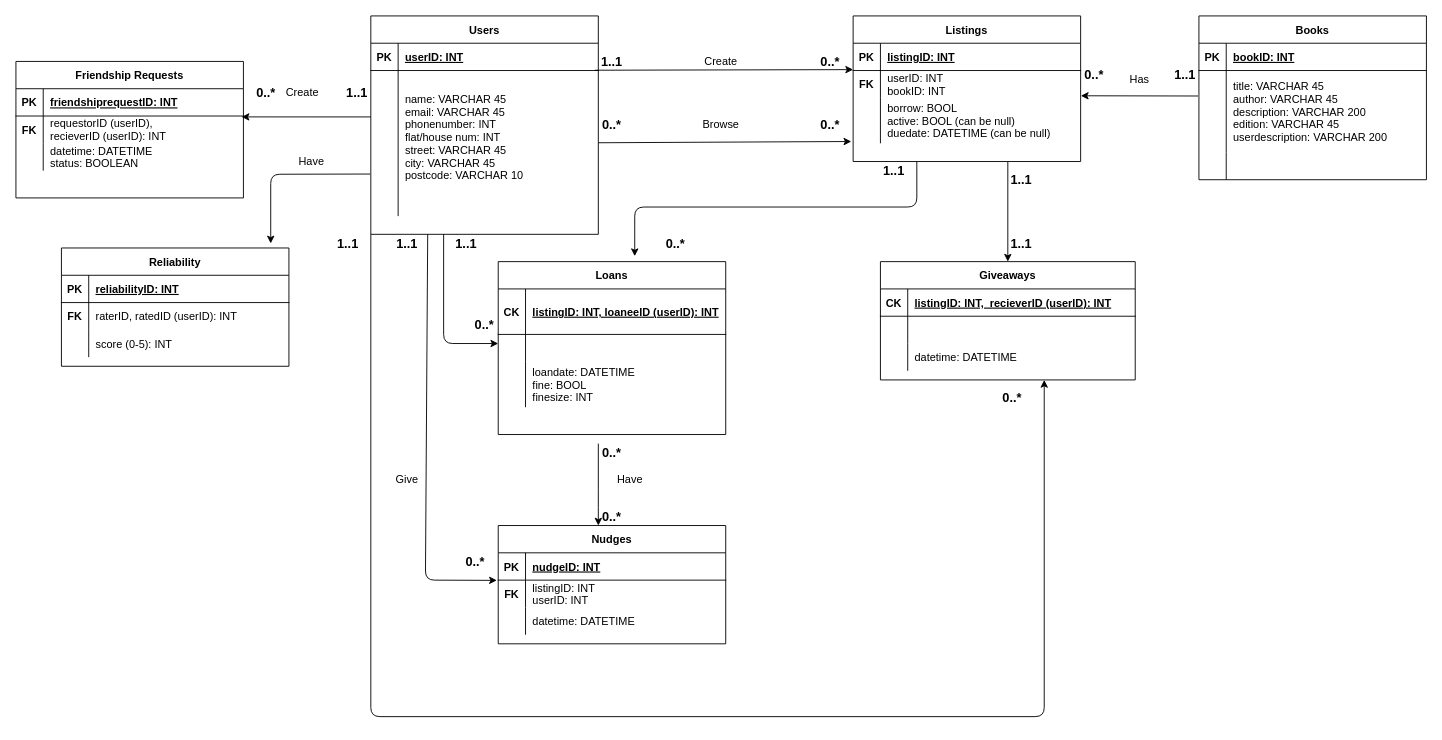
willdonlan8/hello-world keeps this draw.io diagram as CourseworkER.drawio. Above is the earlier version. Source tidied: cells renumbered, new cells numbered last; positions are measured from the earlier drawing's top-left corner, leaving out a move shared by most shapes. Both pictures are drawn from the tidied source at 91%, with x=0, y=0 at pixel (15, 15).
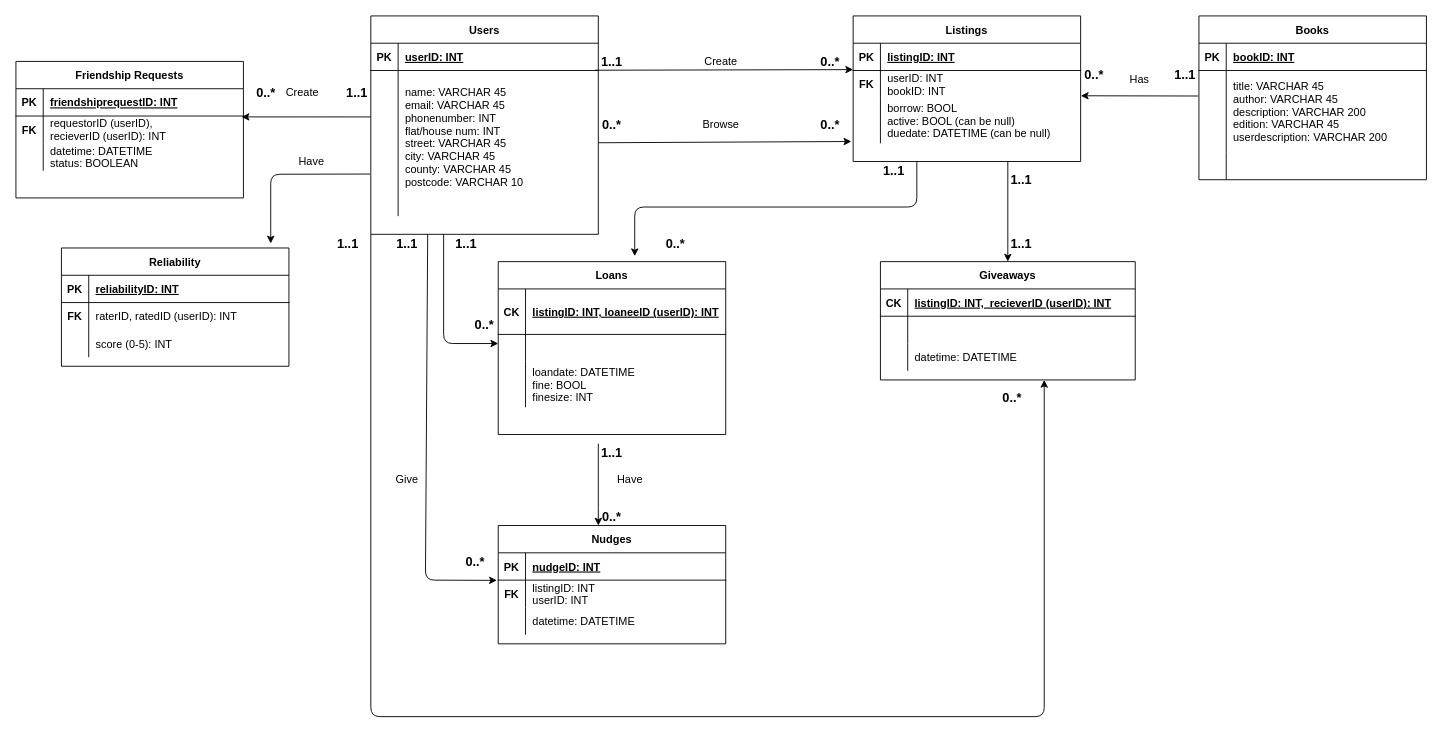
The same page after the edit.

Unchanged cells that the change refers to:
```xml
<mxCell id="26" style="shape=partialRectangle;fillColor=none;points=[[0,0.5],[1,0.5]];portConstraint=eastwest;top=0;left=0;right=0;bottom=0;" parent="22" vertex="1">
  <mxGeometry y="60" width="250" height="160" as="geometry" />
</mxCell>
```

What changed in the source:
```diff
@@
-    <mxCell id="28" value="&#10;name: VARCHAR 45&#10;email: VARCHAR 45&#10;phonenumber: INT&#10;flat/house num: INT&#10;street: VARCHAR 45&#10;city: VARCHAR 45&#10;postcode: VARCHAR 10&#10;&#10;" style="shape=partialRectangle;overflow=hidden;fillColor=none;top=0;left=0;bottom=0;right=0;align=left;spacingLeft=6;" parent="26" vertex="1">
+    <mxCell id="28" value="&#10;name: VARCHAR 45&#10;email: VARCHAR 45&#10;phonenumber: INT&#10;flat/house num: INT&#10;street: VARCHAR 45&#10;city: VARCHAR 45&#10;county: VARCHAR 45&#10;postcode: VARCHAR 10&#10;&#10;" style="shape=partialRectangle;overflow=hidden;fillColor=none;top=0;left=0;bottom=0;right=0;align=left;spacingLeft=6;" parent="26" vertex="1">
       <mxGeometry x="30" width="220" height="160" as="geometry" />
     </mxCell>
@@
-    <mxCell id="90" value="&lt;b&gt;&lt;font style=&quot;font-size: 14px&quot;&gt;0..*&lt;/font&gt;&lt;/b&gt;" style="text;html=1;strokeColor=none;fillColor=none;align=center;verticalAlign=middle;whiteSpace=wrap;rounded=0;" parent="1" vertex="1">
+    <mxCell id="90" value="&lt;b&gt;&lt;font style=&quot;font-size: 14px&quot;&gt;1..1&lt;/font&gt;&lt;/b&gt;" style="text;html=1;strokeColor=none;fillColor=none;align=center;verticalAlign=middle;whiteSpace=wrap;rounded=0;" parent="1" vertex="1">
       <mxGeometry x="610" y="470" width="90" height="20" as="geometry" />
     </mxCell>
```
